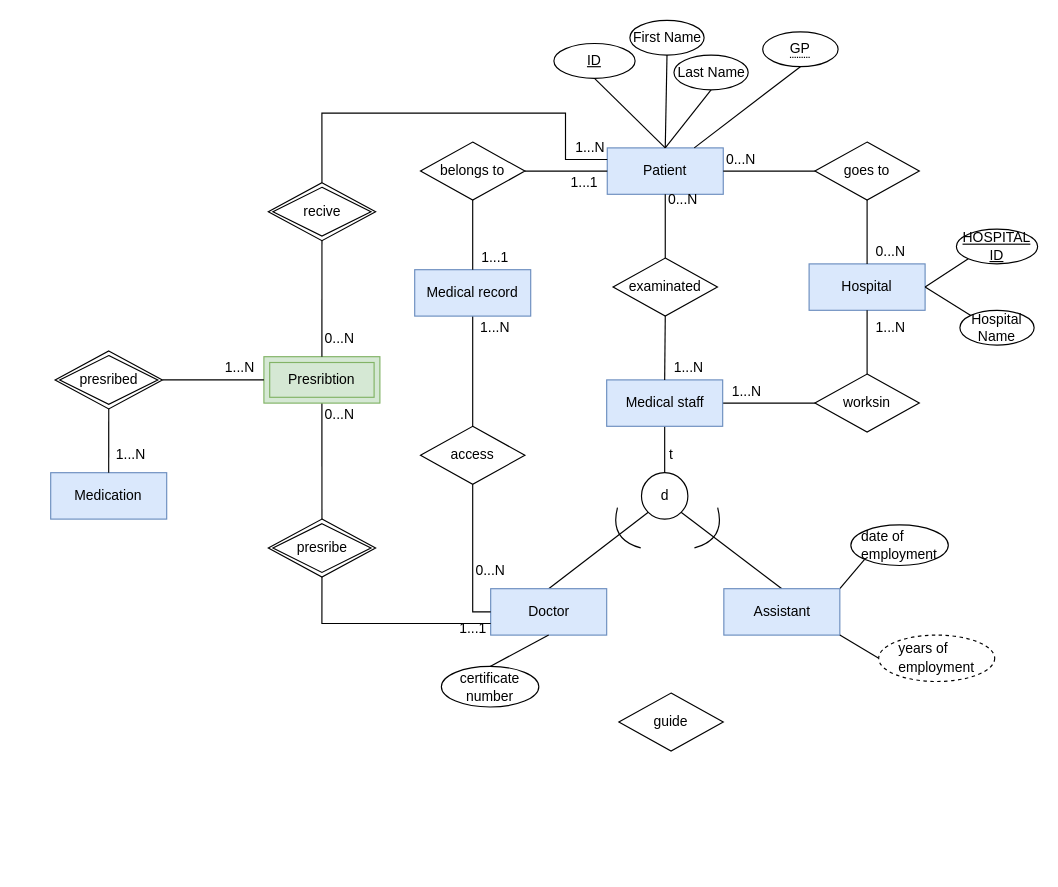
Earlier version of the draw.io diagram Untitled Diagram.drawio (fragolaTJ/TTtrak). Source tidied: cells renumbered, new cells numbered last; positions are measured from the earlier drawing's top-left corner, leaving out a move shared by most shapes. Both pictures are drawn from the tidied source at 116%, with x=0, y=0 at pixel (50, 20).
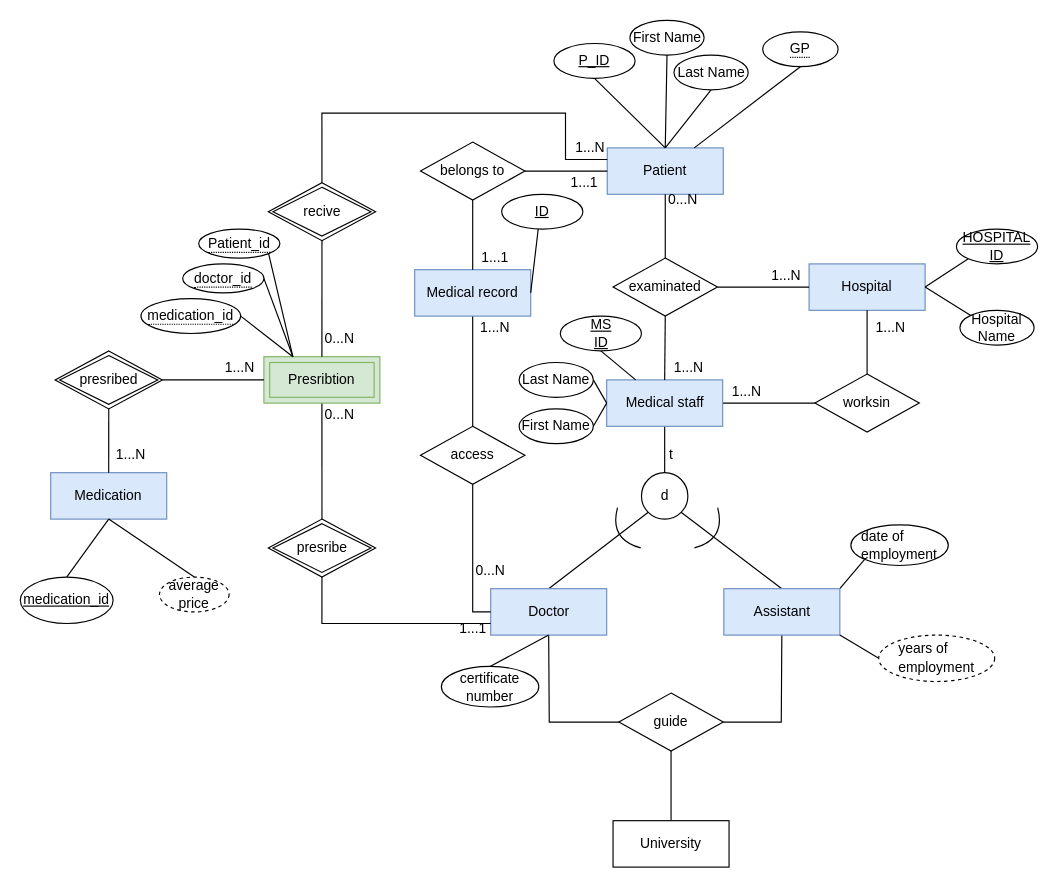
After the change.

Unchanged cells that the change refers to:
```xml
<mxCell id="2" value="Patient" style="whiteSpace=wrap;html=1;align=center;fillColor=#dae8fc;strokeColor=#6c8ebf;" parent="1" vertex="1">
  <mxGeometry x="480" y="110" width="100" height="40" as="geometry" />
</mxCell>
<mxCell id="10" value="Medical staff" style="whiteSpace=wrap;html=1;align=center;fillColor=#dae8fc;strokeColor=#6c8ebf;" parent="1" vertex="1">
  <mxGeometry x="479.5" y="310" width="100" height="40" as="geometry" />
</mxCell>
<mxCell id="11" value="Hospital" style="whiteSpace=wrap;html=1;align=center;fillColor=#dae8fc;strokeColor=#6c8ebf;" parent="1" vertex="1">
  <mxGeometry x="654" y="210" width="100" height="40" as="geometry" />
</mxCell>
<mxCell id="13" value="Doctor" style="whiteSpace=wrap;html=1;align=center;fillColor=#dae8fc;strokeColor=#6c8ebf;" parent="1" vertex="1">
  <mxGeometry x="379.5" y="490" width="100" height="40" as="geometry" />
</mxCell>
<mxCell id="16" value="Assistant" style="whiteSpace=wrap;html=1;align=center;fillColor=#dae8fc;strokeColor=#6c8ebf;" parent="1" vertex="1">
  <mxGeometry x="580.5" y="490" width="100" height="40" as="geometry" />
</mxCell>
<mxCell id="21" value="examinated" style="shape=rhombus;perimeter=rhombusPerimeter;whiteSpace=wrap;html=1;align=center;" parent="1" vertex="1">
  <mxGeometry x="485" y="205" width="90" height="50" as="geometry" />
</mxCell>
<mxCell id="30" value="Medical record" style="whiteSpace=wrap;html=1;align=center;fillColor=#dae8fc;strokeColor=#6c8ebf;" parent="1" vertex="1">
  <mxGeometry x="314" y="215" width="100" height="40" as="geometry" />
</mxCell>
<mxCell id="36" value="Medication" style="whiteSpace=wrap;html=1;align=center;fillColor=#dae8fc;strokeColor=#6c8ebf;" parent="1" vertex="1">
  <mxGeometry x="0.2" y="390" width="100" height="40" as="geometry" />
</mxCell>
<mxCell id="38" value="Presribtion" style="shape=ext;margin=3;double=1;whiteSpace=wrap;html=1;align=center;fillColor=#d5e8d4;strokeColor=#82b366;" parent="1" vertex="1">
  <mxGeometry x="184" y="290" width="100" height="40" as="geometry" />
</mxCell>
<mxCell id="76" value="&lt;div&gt;guide&lt;/div&gt;" style="shape=rhombus;perimeter=rhombusPerimeter;whiteSpace=wrap;html=1;align=center;" parent="1" vertex="1">
  <mxGeometry x="490" y="580" width="90" height="50" as="geometry" />
</mxCell>
```

The edit, as a diff of the source:
```diff
@@
-    <mxCell id="4" value="&lt;div&gt;ID&lt;/div&gt;" style="ellipse;whiteSpace=wrap;html=1;align=center;fontStyle=4;" parent="1" vertex="1">
+    <mxCell id="4" value="&lt;div&gt;P_ID&lt;/div&gt;" style="ellipse;whiteSpace=wrap;html=1;align=center;fontStyle=4;" parent="1" vertex="1">
       <mxGeometry x="434" y="20" width="70" height="30" as="geometry" />
     </mxCell>
@@
+    <mxCell id="77" style="edgeStyle=none;rounded=0;jettySize=auto;html=1;entryX=0;entryY=0.5;entryDx=0;entryDy=0;endArrow=none;endFill=0;exitX=0.5;exitY=1;exitDx=0;exitDy=0;" parent="1" edge="1" source="13" target="76">
+      <mxGeometry relative="1" as="geometry">
+        <Array as="points">
+          <mxPoint x="430" y="605" />
+        </Array>
+      </mxGeometry>
+    </mxCell>
@@
+    <mxCell id="78" style="edgeStyle=none;rounded=0;jettySize=auto;html=1;exitX=0.5;exitY=1;exitDx=0;exitDy=0;entryX=1;entryY=0.5;entryDx=0;entryDy=0;endArrow=none;endFill=0;" parent="1" edge="1" source="16" target="76">
+      <mxGeometry relative="1" as="geometry">
+        <Array as="points">
+          <mxPoint x="630" y="605" />
+        </Array>
+      </mxGeometry>
+    </mxCell>
@@
-    <mxCell id="22" value="goes to" style="shape=rhombus;perimeter=rhombusPerimeter;whiteSpace=wrap;html=1;align=center;" parent="1" vertex="1">
-      <mxGeometry x="659" y="105" width="90" height="50" as="geometry" />
-    </mxCell>
@@
-    <mxCell id="25" style="edgeStyle=none;rounded=0;jettySize=auto;html=1;endArrow=none;endFill=0;entryX=0.5;entryY=1;entryDx=0;entryDy=0;" parent="1" edge="1" source="11" target="22">
-      <mxGeometry relative="1" as="geometry" />
-    </mxCell>
-    <mxCell id="26" style="edgeStyle=none;rounded=0;jettySize=auto;html=1;endArrow=none;endFill=0;entryX=0;entryY=0.5;entryDx=0;entryDy=0;exitX=1;exitY=0.5;exitDx=0;exitDy=0;" parent="1" edge="1" source="2" target="22">
+    <mxCell id="26" style="edgeStyle=none;rounded=0;jettySize=auto;html=1;endArrow=none;endFill=0;entryX=0;entryY=0.5;entryDx=0;entryDy=0;exitX=1;exitY=0.5;exitDx=0;exitDy=0;" parent="1" edge="1" source="21" target="11">
       <mxGeometry relative="1" as="geometry" />
     </mxCell>
@@
-    <mxCell id="54" value="0...N" style="text;html=1;align=center;verticalAlign=middle;strokeColor=none;fillColor=none;" parent="1" vertex="1">
-      <mxGeometry x="699" y="185" width="50" height="30" as="geometry" />
-    </mxCell>
-    <mxCell id="55" value="0...N" style="text;html=1;align=center;verticalAlign=middle;strokeColor=none;fillColor=none;" parent="1" vertex="1">
-      <mxGeometry x="569.5" y="105" width="50" height="30" as="geometry" />
-    </mxCell>
@@
+    <mxCell id="79" style="edgeStyle=none;rounded=0;jettySize=auto;html=1;exitX=0.5;exitY=0;exitDx=0;exitDy=0;entryX=0.5;entryY=1;entryDx=0;entryDy=0;endArrow=none;endFill=0;" parent="1" edge="1" source="80" target="76">
+      <mxGeometry relative="1" as="geometry" />
+    </mxCell>
+    <mxCell id="80" value="University" style="whiteSpace=wrap;html=1;align=center;" parent="1" vertex="1">
+      <mxGeometry x="485" y="690" width="100" height="40" as="geometry" />
+    </mxCell>
+    <mxCell id="81" value="1...N" style="text;html=1;align=center;verticalAlign=middle;strokeColor=none;fillColor=none;" parent="1" vertex="1">
+      <mxGeometry x="609" y="205" width="50" height="30" as="geometry" />
+    </mxCell>
+    <mxCell id="82" style="edgeStyle=none;rounded=0;jettySize=auto;html=1;exitX=0.5;exitY=0;exitDx=0;exitDy=0;entryX=1;entryY=0.5;entryDx=0;entryDy=0;endArrow=none;endFill=0;" parent="1" edge="1" source="83" target="30">
+      <mxGeometry relative="1" as="geometry" />
+    </mxCell>
+    <mxCell id="83" value="&lt;div&gt;ID&lt;/div&gt;" style="ellipse;whiteSpace=wrap;html=1;align=center;fontStyle=4;" parent="1" vertex="1">
+      <mxGeometry x="389" y="150" width="70" height="30" as="geometry" />
+    </mxCell>
+    <mxCell id="84" style="edgeStyle=none;rounded=0;jettySize=auto;html=1;exitX=0.5;exitY=1;exitDx=0;exitDy=0;entryX=0.25;entryY=0;entryDx=0;entryDy=0;endArrow=none;endFill=0;" parent="1" edge="1" source="85" target="10">
+      <mxGeometry relative="1" as="geometry" />
+    </mxCell>
+    <mxCell id="85" value="MS&lt;div&gt;ID&lt;/div&gt;" style="ellipse;whiteSpace=wrap;html=1;align=center;fontStyle=4;" parent="1" vertex="1">
+      <mxGeometry x="439.5" y="255" width="70" height="30" as="geometry" />
+    </mxCell>
+    <mxCell id="86" style="edgeStyle=none;rounded=0;jettySize=auto;html=1;exitX=1;exitY=0.5;exitDx=0;exitDy=0;entryX=0;entryY=0.5;entryDx=0;entryDy=0;endArrow=none;endFill=0;" parent="1" edge="1" source="87" target="10">
+      <mxGeometry relative="1" as="geometry" />
+    </mxCell>
+    <mxCell id="87" value="Last Name" style="ellipse;whiteSpace=wrap;html=1;align=center;" parent="1" vertex="1">
+      <mxGeometry x="404" y="295" width="64" height="30" as="geometry" />
+    </mxCell>
+    <mxCell id="88" style="edgeStyle=none;rounded=0;jettySize=auto;html=1;exitX=1;exitY=0.5;exitDx=0;exitDy=0;entryX=0;entryY=0.5;entryDx=0;entryDy=0;endArrow=none;endFill=0;" parent="1" edge="1" source="89" target="10">
+      <mxGeometry relative="1" as="geometry" />
+    </mxCell>
+    <mxCell id="89" value="First Name" style="ellipse;whiteSpace=wrap;html=1;align=center;" parent="1" vertex="1">
+      <mxGeometry x="404" y="335" width="64" height="30" as="geometry" />
+    </mxCell>
+    <mxCell id="90" style="edgeStyle=none;rounded=0;jettySize=auto;html=1;exitX=0.5;exitY=0;exitDx=0;exitDy=0;entryX=0.5;entryY=1;entryDx=0;entryDy=0;endArrow=none;endFill=0;" parent="1" edge="1" source="99" target="36">
+      <mxGeometry relative="1" as="geometry" />
+    </mxCell>
+    <mxCell id="91" style="edgeStyle=none;rounded=0;jettySize=auto;html=1;exitX=0.5;exitY=0;exitDx=0;exitDy=0;entryX=0.5;entryY=1;entryDx=0;entryDy=0;endArrow=none;endFill=0;" parent="1" edge="1" source="92" target="36">
+      <mxGeometry relative="1" as="geometry" />
+    </mxCell>
+    <mxCell id="92" value="average price" style="ellipse;whiteSpace=wrap;html=1;align=center;dashed=1;" parent="1" vertex="1">
+      <mxGeometry x="94" y="480" width="60" height="30" as="geometry" />
+    </mxCell>
+    <mxCell id="93" style="edgeStyle=none;rounded=0;jettySize=auto;html=1;exitX=1;exitY=1;exitDx=0;exitDy=0;entryX=0.25;entryY=0;entryDx=0;entryDy=0;endArrow=none;endFill=0;" parent="1" edge="1" source="94" target="38">
+      <mxGeometry relative="1" as="geometry" />
+    </mxCell>
+    <mxCell id="94" value="&lt;span style=&quot;border-bottom: 1px dotted&quot;&gt;Patient_id&lt;/span&gt;" style="ellipse;whiteSpace=wrap;html=1;align=center;" parent="1" vertex="1">
+      <mxGeometry x="127.8" y="180" width="70" height="25" as="geometry" />
+    </mxCell>
+    <mxCell id="95" style="edgeStyle=none;rounded=0;jettySize=auto;html=1;exitX=1;exitY=0.5;exitDx=0;exitDy=0;entryX=0.25;entryY=0;entryDx=0;entryDy=0;endArrow=none;endFill=0;" parent="1" edge="1" source="96" target="38">
+      <mxGeometry relative="1" as="geometry" />
+    </mxCell>
+    <mxCell id="96" value="&lt;span style=&quot;border-bottom: 1px dotted&quot;&gt;doctor_id&lt;/span&gt;" style="ellipse;whiteSpace=wrap;html=1;align=center;" parent="1" vertex="1">
+      <mxGeometry x="114" y="210" width="70" height="25" as="geometry" />
+    </mxCell>
+    <mxCell id="97" style="edgeStyle=none;rounded=0;jettySize=auto;html=1;exitX=1;exitY=0.5;exitDx=0;exitDy=0;entryX=0.25;entryY=0;entryDx=0;entryDy=0;endArrow=none;endFill=0;" parent="1" edge="1" source="98" target="38">
+      <mxGeometry relative="1" as="geometry" />
+    </mxCell>
+    <mxCell id="98" value="&lt;span style=&quot;border-bottom: 1px dotted&quot;&gt;medication_id&lt;/span&gt;" style="ellipse;whiteSpace=wrap;html=1;align=center;" parent="1" vertex="1">
+      <mxGeometry x="78" y="240" width="86" height="30" as="geometry" />
+    </mxCell>
+    <mxCell id="99" value="&lt;div&gt;medication_id&lt;br&gt;&lt;/div&gt;" style="ellipse;whiteSpace=wrap;html=1;align=center;fontStyle=4;" parent="1" vertex="1">
+      <mxGeometry x="-26" y="480" width="80" height="40" as="geometry" />
+    </mxCell>
```
